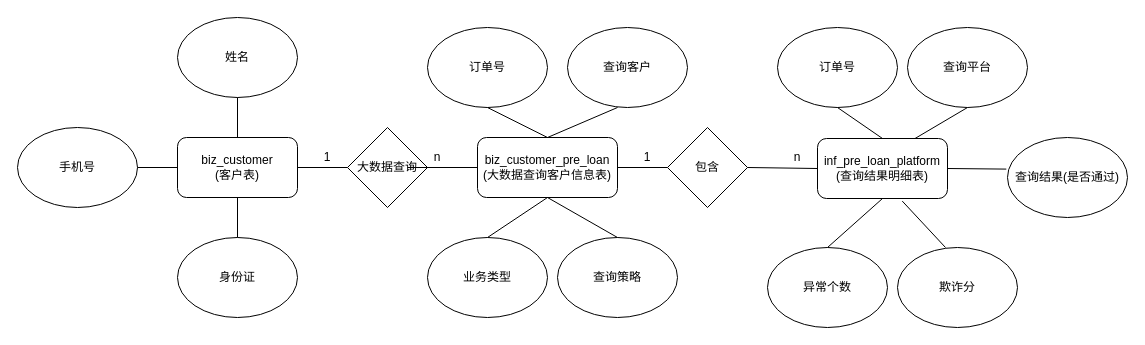
This is liyu-er.drawio from ncjdjyh/materials, a draw.io file, before an edit. Source tidied: cells renumbered, new cells numbered last; positions are measured from the earlier drawing's top-left corner, leaving out a move shared by most shapes. Both pictures are drawn from the tidied source at 100%, with x=0, y=0 at pixel (17, 17).
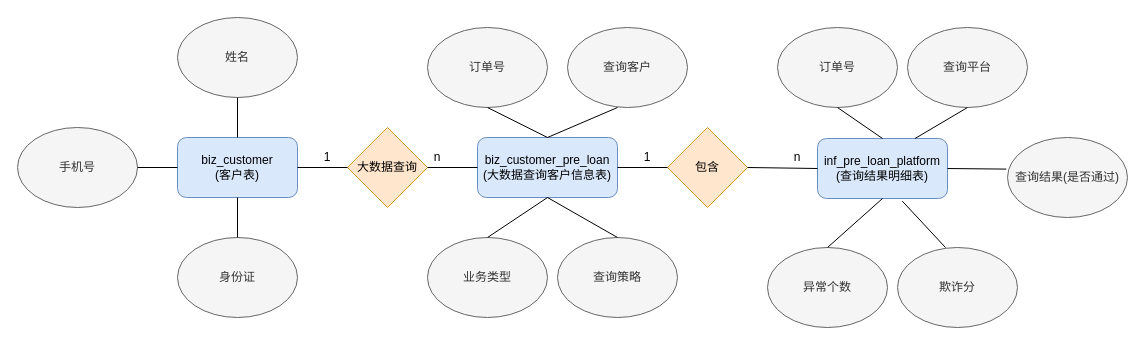
The same page after the edit.

Unchanged cells that the change refers to:
```xml
<mxCell id="20" value="n" style="text;html=1;strokeColor=none;fillColor=none;align=center;verticalAlign=middle;whiteSpace=wrap;rounded=0;" parent="1" vertex="1">
  <mxGeometry x="400" y="130" width="40" height="20" as="geometry" />
</mxCell>
```

What changed in the source:
```diff
@@
-    <mxCell id="2" value="biz_customer&lt;br&gt;(客户表)" style="rounded=1;whiteSpace=wrap;html=1;" parent="1" vertex="1">
+    <mxCell id="2" value="biz_customer&lt;br&gt;(客户表)" style="rounded=1;whiteSpace=wrap;html=1;fillColor=#dae8fc;strokeColor=#6c8ebf;" parent="1" vertex="1">
       <mxGeometry x="160" y="120" width="120" height="60" as="geometry" />
     </mxCell>
-    <mxCell id="3" value="手机号" style="ellipse;whiteSpace=wrap;html=1;" parent="1" vertex="1">
+    <mxCell id="3" value="手机号" style="ellipse;whiteSpace=wrap;html=1;fillColor=#f5f5f5;strokeColor=#666666;fontColor=#333333;" parent="1" vertex="1">
       <mxGeometry y="110" width="120" height="80" as="geometry" />
     </mxCell>
-    <mxCell id="4" value="姓名" style="ellipse;whiteSpace=wrap;html=1;direction=east;" parent="1" vertex="1">
+    <mxCell id="4" value="姓名" style="ellipse;whiteSpace=wrap;html=1;direction=east;fillColor=#f5f5f5;strokeColor=#666666;fontColor=#333333;" parent="1" vertex="1">
       <mxGeometry x="160" width="120" height="80" as="geometry" />
     </mxCell>
-    <mxCell id="5" value="身份证" style="ellipse;whiteSpace=wrap;html=1;" parent="1" vertex="1">
+    <mxCell id="5" value="身份证" style="ellipse;whiteSpace=wrap;html=1;fillColor=#f5f5f5;strokeColor=#666666;fontColor=#333333;" parent="1" vertex="1">
       <mxGeometry x="160" y="220" width="120" height="80" as="geometry" />
     </mxCell>
-    <mxCell id="6" value="biz_customer_pre_loan&lt;br&gt;(大数据查询客户信息表)" style="rounded=1;whiteSpace=wrap;html=1;fillColor=none;" parent="1" vertex="1">
+    <mxCell id="6" value="biz_customer_pre_loan&lt;br&gt;(大数据查询客户信息表)" style="rounded=1;whiteSpace=wrap;html=1;fillColor=#dae8fc;strokeColor=#6c8ebf;" parent="1" vertex="1">
       <mxGeometry x="460" y="120" width="140" height="60" as="geometry" />
     </mxCell>
-    <mxCell id="7" style="edgeStyle=orthogonalEdgeStyle;rounded=0;orthogonalLoop=1;jettySize=auto;html=1;exitX=0.5;exitY=1;exitDx=0;exitDy=0;" parent="1" edge="1" source="4" target="4">
+    <mxCell id="7" style="edgeStyle=orthogonalEdgeStyle;rounded=0;orthogonalLoop=1;jettySize=auto;html=1;exitX=0.5;exitY=1;exitDx=0;exitDy=0;fillColor=#f5f5f5;strokeColor=#666666;" parent="1" edge="1" source="4" target="4">
       <mxGeometry relative="1" as="geometry" />
     </mxCell>
@@
-    <mxCell id="11" value="大数据查询" style="rhombus;whiteSpace=wrap;html=1;fillColor=none;" parent="1" vertex="1">
+    <mxCell id="11" value="大数据查询" style="rhombus;whiteSpace=wrap;html=1;fillColor=#ffe6cc;strokeColor=#d79b00;" parent="1" vertex="1">
       <mxGeometry x="330" y="110" width="80" height="80" as="geometry" />
     </mxCell>
@@
-    <mxCell id="13" style="endArrow=none;html=1;exitX=1;exitY=0.5;exitDx=0;exitDy=0;entryX=0;entryY=0.5;entryDx=0;entryDy=0;" parent="1" edge="1" target="6">
-      <mxGeometry relative="1" as="geometry">
-        <mxPoint x="390" y="150" as="sourcePoint" />
-      </mxGeometry>
+    <mxCell id="13" style="endArrow=none;html=1;exitX=0.25;exitY=1;exitDx=0;exitDy=0;entryX=0;entryY=0.5;entryDx=0;entryDy=0;" parent="1" edge="1" source="20" target="6">
+      <mxGeometry relative="1" as="geometry" />
     </mxCell>
-    <mxCell id="14" value="订单号" style="ellipse;whiteSpace=wrap;html=1;fillColor=none;" parent="1" vertex="1">
+    <mxCell id="14" value="订单号" style="ellipse;whiteSpace=wrap;html=1;fillColor=#f5f5f5;strokeColor=#666666;fontColor=#333333;" parent="1" vertex="1">
       <mxGeometry x="410" y="10" width="120" height="80" as="geometry" />
     </mxCell>
-    <mxCell id="15" value="业务类型" style="ellipse;whiteSpace=wrap;html=1;fillColor=none;" parent="1" vertex="1">
+    <mxCell id="15" value="业务类型" style="ellipse;whiteSpace=wrap;html=1;fillColor=#f5f5f5;strokeColor=#666666;fontColor=#333333;" parent="1" vertex="1">
       <mxGeometry x="410" y="220" width="120" height="80" as="geometry" />
     </mxCell>
@@
-    <mxCell id="18" value="查询策略" style="ellipse;whiteSpace=wrap;html=1;fillColor=none;" parent="1" vertex="1">
+    <mxCell id="18" value="查询策略" style="ellipse;whiteSpace=wrap;html=1;fillColor=#f5f5f5;strokeColor=#666666;fontColor=#333333;" parent="1" vertex="1">
       <mxGeometry x="540" y="220" width="120" height="80" as="geometry" />
     </mxCell>
@@
-    <mxCell id="22" value="inf_pre_loan_platform&lt;br&gt;(查询结果明细表)" style="rounded=1;whiteSpace=wrap;html=1;fillColor=none;" parent="1" vertex="1">
+    <mxCell id="22" value="inf_pre_loan_platform&lt;br&gt;(查询结果明细表)" style="rounded=1;whiteSpace=wrap;html=1;fillColor=#dae8fc;strokeColor=#6c8ebf;" parent="1" vertex="1">
       <mxGeometry x="800" y="121" width="130" height="60" as="geometry" />
     </mxCell>
-    <mxCell id="23" value="包含" style="rhombus;whiteSpace=wrap;html=1;fillColor=none;" parent="1" vertex="1">
+    <mxCell id="23" value="包含" style="rhombus;whiteSpace=wrap;html=1;fillColor=#ffe6cc;strokeColor=#d79b00;" parent="1" vertex="1">
       <mxGeometry x="650" y="110" width="80" height="80" as="geometry" />
     </mxCell>
@@
-    <mxCell id="28" value="订单号" style="ellipse;whiteSpace=wrap;html=1;fillColor=none;" parent="1" vertex="1">
+    <mxCell id="28" value="订单号" style="ellipse;whiteSpace=wrap;html=1;fillColor=#f5f5f5;strokeColor=#666666;fontColor=#333333;" parent="1" vertex="1">
       <mxGeometry x="760" y="10" width="120" height="80" as="geometry" />
     </mxCell>
-    <mxCell id="29" value="异常个数" style="ellipse;whiteSpace=wrap;html=1;fillColor=none;" parent="1" vertex="1">
+    <mxCell id="29" value="异常个数" style="ellipse;whiteSpace=wrap;html=1;fillColor=#f5f5f5;strokeColor=#666666;fontColor=#333333;" parent="1" vertex="1">
       <mxGeometry x="750" y="230" width="120" height="80" as="geometry" />
     </mxCell>
-    <mxCell id="30" value="查询平台" style="ellipse;whiteSpace=wrap;html=1;fillColor=none;" parent="1" vertex="1">
+    <mxCell id="30" value="查询平台" style="ellipse;whiteSpace=wrap;html=1;fillColor=#f5f5f5;strokeColor=#666666;fontColor=#333333;" parent="1" vertex="1">
       <mxGeometry x="890" y="10" width="120" height="80" as="geometry" />
     </mxCell>
-    <mxCell id="31" value="欺诈分" style="ellipse;whiteSpace=wrap;html=1;fillColor=none;" parent="1" vertex="1">
+    <mxCell id="31" value="欺诈分" style="ellipse;whiteSpace=wrap;html=1;fillColor=#f5f5f5;strokeColor=#666666;fontColor=#333333;" parent="1" vertex="1">
       <mxGeometry x="880" y="230" width="120" height="80" as="geometry" />
     </mxCell>
-    <mxCell id="32" value="查询结果(是否通过)" style="ellipse;whiteSpace=wrap;html=1;fillColor=none;" parent="1" vertex="1">
+    <mxCell id="32" value="查询结果(是否通过)" style="ellipse;whiteSpace=wrap;html=1;fillColor=#f5f5f5;strokeColor=#666666;fontColor=#333333;" parent="1" vertex="1">
       <mxGeometry x="990" y="120" width="120" height="80" as="geometry" />
     </mxCell>
-    <mxCell id="33" value="查询客户" style="ellipse;whiteSpace=wrap;html=1;fillColor=none;" parent="1" vertex="1">
+    <mxCell id="33" value="查询客户" style="ellipse;whiteSpace=wrap;html=1;fillColor=#f5f5f5;strokeColor=#666666;fontColor=#333333;" parent="1" vertex="1">
       <mxGeometry x="550" y="10" width="120" height="80" as="geometry" />
     </mxCell>
```
